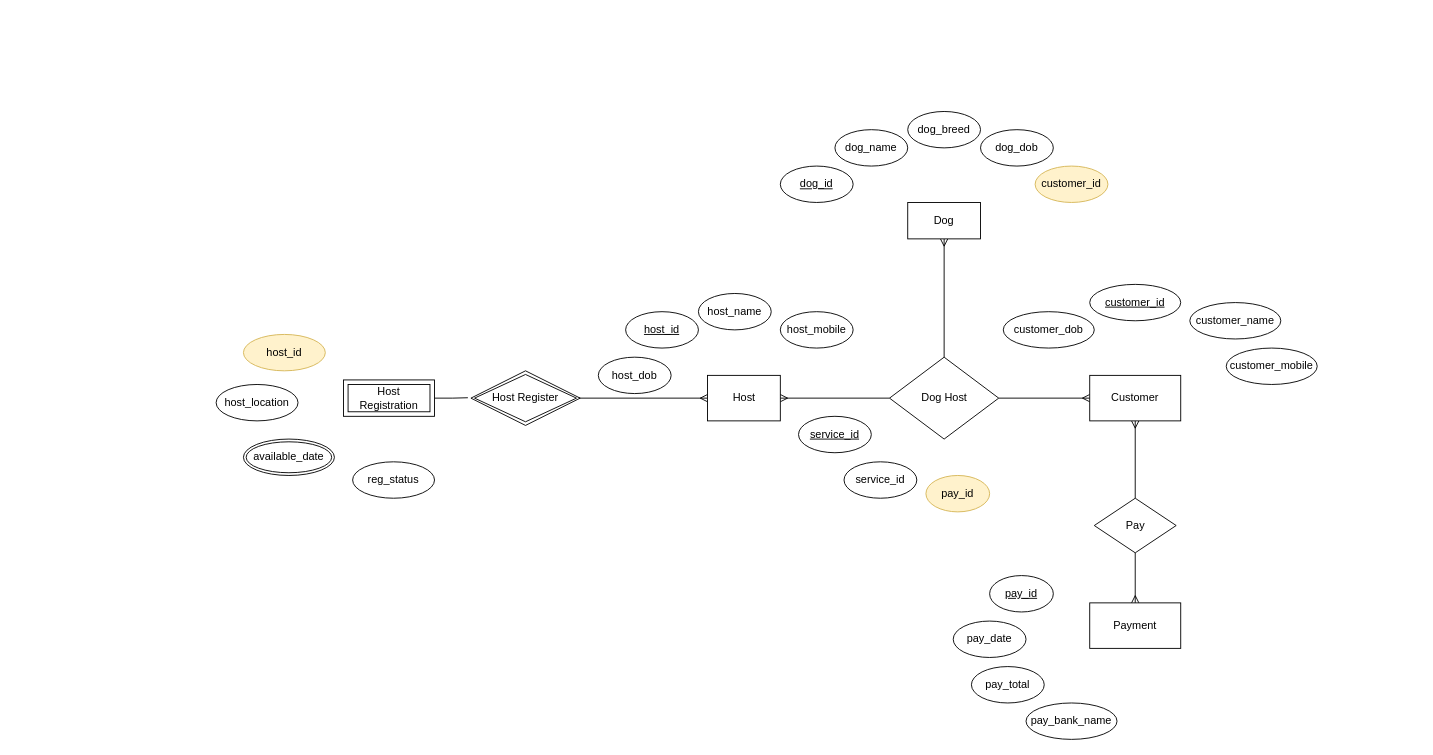
Above: ProjectProcesses/HostDog_6ERD/ERD.drawio in Hostdogs/Project_Hostdog (draw.io), before the change. Source tidied: cells renumbered, new cells numbered last; positions are measured from the earlier drawing's top-left corner, leaving out a move shared by most shapes. Both pictures are drawn from the tidied source at 91%, with x=0, y=0 at pixel (216, 111).
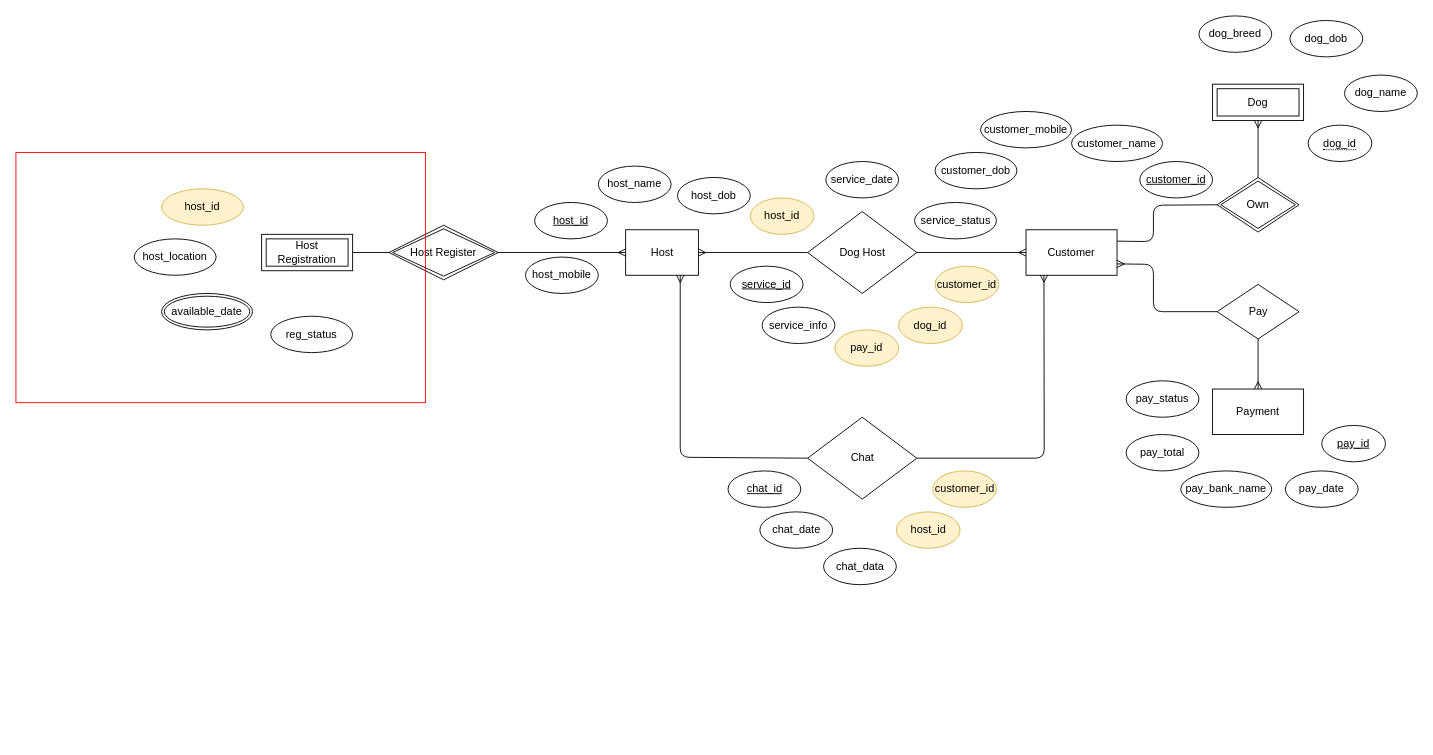
After the change.

The edit, as a diff of the source:
```diff
@@
     <mxCell id="3" style="edgeStyle=orthogonalEdgeStyle;rounded=0;jettySize=auto;html=1;startArrow=ERmany;startFill=0;endArrow=none;endFill=0;entryX=1;entryY=0.5;entryDx=0;entryDy=0;" parent="1" edge="1" source="4" target="25">
       <mxGeometry relative="1" as="geometry">
         <Array as="points">
-          <mxPoint x="390" y="315" />
-          <mxPoint x="390" y="315" />
+          <mxPoint x="300" y="155" />
+          <mxPoint x="300" y="155" />
         </Array>
       </mxGeometry>
     </mxCell>
     <mxCell id="4" value="Host" style="html=1;dashed=0;whitespace=wrap;" parent="1" vertex="1">
-      <mxGeometry x="540" y="290" width="80" height="50" as="geometry" />
+      <mxGeometry x="450" y="130" width="80" height="50" as="geometry" />
     </mxCell>
@@
-    <mxCell id="6" style="edgeStyle=orthogonalEdgeStyle;rounded=0;jettySize=auto;html=1;startArrow=none;startFill=0;endArrow=ERmany;endFill=0;" parent="1" edge="1" source="7" target="12">
-      <mxGeometry relative="1" as="geometry" />
-    </mxCell>
     <mxCell id="7" value="Dog Host" style="shape=rhombus;html=1;dashed=0;whitespace=wrap;perimeter=rhombusPerimeter;" parent="1" vertex="1">
-      <mxGeometry x="740" y="270" width="120" height="90" as="geometry" />
+      <mxGeometry x="650" y="110" width="120" height="90" as="geometry" />
     </mxCell>
-    <mxCell id="8" style="edgeStyle=orthogonalEdgeStyle;rounded=0;jettySize=auto;html=1;entryX=0.5;entryY=0;entryDx=0;entryDy=0;startArrow=ERmany;startFill=0;endArrow=none;endFill=0;strokeColor=#000000;" parent="1" edge="1" source="9" target="34">
-      <mxGeometry relative="1" as="geometry" />
-    </mxCell>
     <mxCell id="9" value="Customer" style="whiteSpace=wrap;html=1;dashed=0;" parent="1" vertex="1">
-      <mxGeometry x="960" y="290" width="100" height="50" as="geometry" />
+      <mxGeometry x="890" y="130" width="100" height="50" as="geometry" />
     </mxCell>
     <mxCell id="10" value="&lt;u&gt;host_id&lt;/u&gt;" style="ellipse;whiteSpace=wrap;html=1;align=center;" parent="1" vertex="1">
-      <mxGeometry x="450" y="220" width="80" height="40" as="geometry" />
+      <mxGeometry x="350" y="100" width="80" height="40" as="geometry" />
     </mxCell>
     <mxCell id="11" value="&lt;u&gt;customer_id&lt;/u&gt;" style="ellipse;whiteSpace=wrap;html=1;align=center;" parent="1" vertex="1">
-      <mxGeometry x="960" y="190" width="100" height="40" as="geometry" />
+      <mxGeometry x="1015" y="55" width="80" height="40" as="geometry" />
     </mxCell>
-    <mxCell id="12" value="Dog" style="whiteSpace=wrap;html=1;dashed=0;" parent="1" vertex="1">
-      <mxGeometry x="760" y="100" width="80" height="40" as="geometry" />
-    </mxCell>
-    <mxCell id="13" value="&lt;u&gt;dog_id&lt;/u&gt;" style="ellipse;whiteSpace=wrap;html=1;align=center;" parent="1" vertex="1">
-      <mxGeometry x="620" y="60" width="80" height="40" as="geometry" />
-    </mxCell>
     <mxCell id="14" value="host_name" style="ellipse;whiteSpace=wrap;html=1;align=center;" parent="1" vertex="1">
-      <mxGeometry x="530" y="200" width="80" height="40" as="geometry" />
+      <mxGeometry x="420" y="60" width="80" height="40" as="geometry" />
     </mxCell>
     <mxCell id="15" value="host_mobile" style="ellipse;whiteSpace=wrap;html=1;align=center;" parent="1" vertex="1">
-      <mxGeometry x="620" y="220" width="80" height="40" as="geometry" />
+      <mxGeometry x="340" y="160" width="80" height="40" as="geometry" />
     </mxCell>
     <mxCell id="16" value="customer_name" style="ellipse;whiteSpace=wrap;html=1;align=center;" parent="1" vertex="1">
-      <mxGeometry x="1070" y="210" width="100" height="40" as="geometry" />
+      <mxGeometry x="940" y="15" width="100" height="40" as="geometry" />
     </mxCell>
     <mxCell id="17" value="customer_mobile" style="ellipse;whiteSpace=wrap;html=1;align=center;" parent="1" vertex="1">
-      <mxGeometry x="1110" y="260" width="100" height="40" as="geometry" />
+      <mxGeometry x="840" width="100" height="40" as="geometry" />
     </mxCell>
     <mxCell id="18" value="customer_dob" style="ellipse;whiteSpace=wrap;html=1;align=center;" parent="1" vertex="1">
-      <mxGeometry x="865" y="220" width="100" height="40" as="geometry" />
+      <mxGeometry x="790" y="45" width="90" height="40" as="geometry" />
     </mxCell>
     <mxCell id="19" value="host_dob" style="ellipse;whiteSpace=wrap;html=1;align=center;" parent="1" vertex="1">
-      <mxGeometry x="420" y="270" width="80" height="40" as="geometry" />
+      <mxGeometry x="507" y="72.5" width="80" height="40" as="geometry" />
     </mxCell>
     <mxCell id="20" value="dog_name" style="ellipse;whiteSpace=wrap;html=1;align=center;" parent="1" vertex="1">
-      <mxGeometry x="680" y="20" width="80" height="40" as="geometry" />
+      <mxGeometry x="1240" y="-40" width="80" height="40" as="geometry" />
     </mxCell>
     <mxCell id="21" value="dog_breed" style="ellipse;whiteSpace=wrap;html=1;align=center;" parent="1" vertex="1">
-      <mxGeometry x="760" width="80" height="40" as="geometry" />
+      <mxGeometry x="1080" y="-105" width="80" height="40" as="geometry" />
     </mxCell>
     <mxCell id="22" value="dog_dob" style="ellipse;whiteSpace=wrap;html=1;align=center;" parent="1" vertex="1">
-      <mxGeometry x="840" y="20" width="80" height="40" as="geometry" />
+      <mxGeometry x="1180" y="-100" width="80" height="40" as="geometry" />
     </mxCell>
-    <mxCell id="23" value="customer_id" style="ellipse;whiteSpace=wrap;html=1;align=center;fillColor=#fff2cc;strokeColor=#d6b656;" parent="1" vertex="1">
-      <mxGeometry x="900" y="60" width="80" height="40" as="geometry" />
-    </mxCell>
     <mxCell id="24" value="host_location" style="ellipse;whiteSpace=wrap;html=1;align=center;" parent="1" vertex="1">
-      <mxGeometry y="300" width="90" height="40" as="geometry" />
+      <mxGeometry x="-90" y="140" width="90" height="40" as="geometry" />
     </mxCell>
     <mxCell id="25" value="Host Register" style="shape=rhombus;double=1;perimeter=rhombusPerimeter;whiteSpace=wrap;html=1;align=center;" parent="1" vertex="1">
-      <mxGeometry x="280" y="285" width="120" height="60" as="geometry" />
+      <mxGeometry x="190" y="125" width="120" height="60" as="geometry" />
     </mxCell>
-    <mxCell id="26" style="edgeStyle=orthogonalEdgeStyle;rounded=0;jettySize=auto;html=1;entryX=-0.028;entryY=0.493;entryDx=0;entryDy=0;entryPerimeter=0;startArrow=none;startFill=0;endArrow=none;endFill=0;strokeColor=#000000;" parent="1" edge="1" source="27" target="25">
+    <mxCell id="26" style="edgeStyle=orthogonalEdgeStyle;rounded=0;jettySize=auto;html=1;entryX=0;entryY=0.5;entryDx=0;entryDy=0;startArrow=none;startFill=0;endArrow=none;endFill=0;strokeColor=#000000;" parent="1" edge="1" source="27" target="25">
       <mxGeometry relative="1" as="geometry" />
     </mxCell>
     <mxCell id="27" value="Host Registration" style="shape=ext;margin=3;double=1;whiteSpace=wrap;html=1;align=center;" parent="1" vertex="1">
-      <mxGeometry x="140" y="295" width="100" height="40" as="geometry" />
+      <mxGeometry x="50" y="135" width="100" height="40" as="geometry" />
     </mxCell>
     <mxCell id="28" value="host_id" style="ellipse;whiteSpace=wrap;html=1;align=center;fillColor=#fff2cc;strokeColor=#d6b656;" parent="1" vertex="1">
-      <mxGeometry x="30" y="245" width="90" height="40" as="geometry" />
+      <mxGeometry x="-60" y="85" width="90" height="40" as="geometry" />
     </mxCell>
     <mxCell id="29" value="available_date" style="ellipse;shape=doubleEllipse;margin=3;whiteSpace=wrap;html=1;align=center;" parent="1" vertex="1">
-      <mxGeometry x="30" y="360" width="100" height="40" as="geometry" />
+      <mxGeometry x="-60" y="200" width="100" height="40" as="geometry" />
     </mxCell>
     <mxCell id="30" value="reg_status" style="ellipse;whiteSpace=wrap;html=1;align=center;" parent="1" vertex="1">
-      <mxGeometry x="150" y="385" width="90" height="40" as="geometry" />
+      <mxGeometry x="60" y="225" width="90" height="40" as="geometry" />
     </mxCell>
     <mxCell id="31" value="&lt;u&gt;service_id&lt;/u&gt;" style="ellipse;whiteSpace=wrap;html=1;align=center;" parent="1" vertex="1">
-      <mxGeometry x="640" y="335" width="80" height="40" as="geometry" />
+      <mxGeometry x="565" y="170" width="80" height="40" as="geometry" />
     </mxCell>
-    <mxCell id="32" value="service_id" style="ellipse;whiteSpace=wrap;html=1;align=center;" parent="1" vertex="1">
-      <mxGeometry x="690" y="385" width="80" height="40" as="geometry" />
+    <mxCell id="32" value="service_info" style="ellipse;whiteSpace=wrap;html=1;align=center;" parent="1" vertex="1">
+      <mxGeometry x="600" y="215" width="80" height="40" as="geometry" />
     </mxCell>
@@
     <mxCell id="34" value="Pay" style="shape=rhombus;html=1;dashed=0;whitespace=wrap;perimeter=rhombusPerimeter;" parent="1" vertex="1">
-      <mxGeometry x="965" y="425" width="90" height="60" as="geometry" />
+      <mxGeometry x="1100" y="190" width="90" height="60" as="geometry" />
     </mxCell>
     <mxCell id="35" value="Payment" style="whiteSpace=wrap;html=1;dashed=0;" parent="1" vertex="1">
-      <mxGeometry x="960" y="540" width="100" height="50" as="geometry" />
+      <mxGeometry x="1095" y="305" width="100" height="50" as="geometry" />
     </mxCell>
     <mxCell id="36" value="&lt;u&gt;pay_id&lt;/u&gt;" style="ellipse;whiteSpace=wrap;html=1;align=center;" parent="1" vertex="1">
-      <mxGeometry x="850" y="510" width="70" height="40" as="geometry" />
+      <mxGeometry x="1215" y="345" width="70" height="40" as="geometry" />
     </mxCell>
     <mxCell id="37" value="pay_date" style="ellipse;whiteSpace=wrap;html=1;align=center;" parent="1" vertex="1">
-      <mxGeometry x="810" y="560" width="80" height="40" as="geometry" />
+      <mxGeometry x="1175" y="395" width="80" height="40" as="geometry" />
     </mxCell>
     <mxCell id="38" value="pay_total" style="ellipse;whiteSpace=wrap;html=1;align=center;" parent="1" vertex="1">
-      <mxGeometry x="830" y="610" width="80" height="40" as="geometry" />
+      <mxGeometry x="1000" y="355" width="80" height="40" as="geometry" />
     </mxCell>
     <mxCell id="39" value="pay_id" style="ellipse;whiteSpace=wrap;html=1;align=center;fillColor=#fff2cc;strokeColor=#d6b656;" parent="1" vertex="1">
-      <mxGeometry x="780" y="400" width="70" height="40" as="geometry" />
+      <mxGeometry x="680" y="240" width="70" height="40" as="geometry" />
     </mxCell>
     <mxCell id="40" value="pay_bank_name" style="ellipse;whiteSpace=wrap;html=1;align=center;" parent="1" vertex="1">
-      <mxGeometry x="890" y="650" width="100" height="40" as="geometry" />
+      <mxGeometry x="1060" y="395" width="100" height="40" as="geometry" />
     </mxCell>
+    <mxCell id="41" style="rounded=0;whiteSpace=wrap;html=1;fillColor=none;strokeColor=#FF0000;" parent="1" vertex="1">
+      <mxGeometry x="-220" y="45" width="450" height="275" as="geometry" />
+    </mxCell>
+    <mxCell id="12" value="Dog" style="shape=ext;margin=3;double=1;whiteSpace=wrap;html=1;align=center;fillColor=none;" parent="1" vertex="1">
+      <mxGeometry x="1095" y="-30" width="100" height="40" as="geometry" />
+    </mxCell>
+    <mxCell id="42" value="dog_id" style="ellipse;whiteSpace=wrap;html=1;align=center;fillColor=#fff2cc;strokeColor=#d6b656;" parent="1" vertex="1">
+      <mxGeometry x="750" y="215" width="70" height="40" as="geometry" />
+    </mxCell>
+    <mxCell id="43" value="customer_id" style="ellipse;whiteSpace=wrap;html=1;align=center;fillColor=#fff2cc;strokeColor=#d6b656;" parent="1" vertex="1">
+      <mxGeometry x="790" y="170" width="70" height="40" as="geometry" />
+    </mxCell>
+    <mxCell id="44" value="host_id" style="ellipse;whiteSpace=wrap;html=1;align=center;fillColor=#fff2cc;strokeColor=#d6b656;" parent="1" vertex="1">
+      <mxGeometry x="587" y="95" width="70" height="40" as="geometry" />
+    </mxCell>
+    <mxCell id="45" style="edgeStyle=orthogonalEdgeStyle;rounded=0;jettySize=auto;html=1;endArrow=ERmany;endFill=0;exitX=0.5;exitY=0;exitDx=0;exitDy=0;entryX=0.5;entryY=1;entryDx=0;entryDy=0;" parent="1" edge="1" source="46" target="12">
+      <mxGeometry relative="1" as="geometry" />
+    </mxCell>
+    <mxCell id="46" value="Own" style="shape=rhombus;double=1;perimeter=rhombusPerimeter;whiteSpace=wrap;html=1;align=center;strokeColor=#000000;fillColor=none;" parent="1" vertex="1">
+      <mxGeometry x="1100" y="72.5" width="90" height="60" as="geometry" />
+    </mxCell>
+    <mxCell id="47" value="&lt;span style=&quot;border-bottom: 1px dotted&quot;&gt;dog_id&lt;/span&gt;" style="ellipse;whiteSpace=wrap;html=1;align=center;strokeColor=#000000;fillColor=none;" parent="1" vertex="1">
+      <mxGeometry x="1200" y="15" width="70" height="40" as="geometry" />
+    </mxCell>
+    <mxCell id="48" style="endArrow=ERmany;html=1;entryX=1;entryY=0.75;entryDx=0;entryDy=0;exitX=0;exitY=0.5;exitDx=0;exitDy=0;startArrow=none;startFill=0;endFill=0;" parent="1" edge="1" source="34" target="9">
+      <mxGeometry relative="1" as="geometry">
+        <Array as="points">
+          <mxPoint x="1030" y="220" />
+          <mxPoint x="1030" y="168" />
+        </Array>
+      </mxGeometry>
+    </mxCell>
+    <mxCell id="49" style="endArrow=none;html=1;exitX=1;exitY=0.25;exitDx=0;exitDy=0;entryX=0;entryY=0.5;entryDx=0;entryDy=0;" parent="1" edge="1" source="9" target="46">
+      <mxGeometry relative="1" as="geometry">
+        <Array as="points">
+          <mxPoint x="1030" y="143" />
+          <mxPoint x="1030" y="103" />
+        </Array>
+      </mxGeometry>
+    </mxCell>
+    <mxCell id="50" value="Chat" style="shape=rhombus;html=1;dashed=0;whitespace=wrap;perimeter=rhombusPerimeter;" parent="1" vertex="1">
+      <mxGeometry x="650" y="336" width="120" height="90" as="geometry" />
+    </mxCell>
+    <mxCell id="51" style="endArrow=none;html=1;exitX=0.75;exitY=1;exitDx=0;exitDy=0;entryX=0;entryY=0.5;entryDx=0;entryDy=0;endFill=0;startArrow=ERmany;startFill=0;" parent="1" edge="1" source="4" target="50">
+      <mxGeometry relative="1" as="geometry">
+        <Array as="points">
+          <mxPoint x="510" y="380" />
+        </Array>
+      </mxGeometry>
+    </mxCell>
+    <mxCell id="52" style="endArrow=ERmany;html=1;exitX=1;exitY=0.5;exitDx=0;exitDy=0;startArrow=none;startFill=0;entryX=0.197;entryY=0.994;entryDx=0;entryDy=0;entryPerimeter=0;endFill=0;" parent="1" edge="1" source="50" target="9">
+      <mxGeometry relative="1" as="geometry">
+        <Array as="points">
+          <mxPoint x="910" y="381" />
+        </Array>
+      </mxGeometry>
+    </mxCell>
+    <mxCell id="53" value="&lt;u&gt;chat_id&lt;/u&gt;" style="ellipse;whiteSpace=wrap;html=1;align=center;" parent="1" vertex="1">
+      <mxGeometry x="562.5" y="395" width="80" height="40" as="geometry" />
+    </mxCell>
+    <mxCell id="54" value="chat_date" style="ellipse;whiteSpace=wrap;html=1;align=center;" parent="1" vertex="1">
+      <mxGeometry x="597.5" y="440" width="80" height="40" as="geometry" />
+    </mxCell>
+    <mxCell id="55" value="customer_id" style="ellipse;whiteSpace=wrap;html=1;align=center;fillColor=#fff2cc;strokeColor=#d6b656;" parent="1" vertex="1">
+      <mxGeometry x="787.5" y="395" width="70" height="40" as="geometry" />
+    </mxCell>
+    <mxCell id="56" value="host_id" style="ellipse;whiteSpace=wrap;html=1;align=center;fillColor=#fff2cc;strokeColor=#d6b656;" parent="1" vertex="1">
+      <mxGeometry x="747.5" y="440" width="70" height="40" as="geometry" />
+    </mxCell>
+    <mxCell id="57" value="service_date" style="ellipse;whiteSpace=wrap;html=1;align=center;" parent="1" vertex="1">
+      <mxGeometry x="670" y="55" width="80" height="40" as="geometry" />
+    </mxCell>
+    <mxCell id="58" value="service_status" style="ellipse;whiteSpace=wrap;html=1;align=center;" parent="1" vertex="1">
+      <mxGeometry x="767.5" y="100" width="90" height="40" as="geometry" />
+    </mxCell>
+    <mxCell id="59" value="chat_data" style="ellipse;whiteSpace=wrap;html=1;align=center;" parent="1" vertex="1">
+      <mxGeometry x="667.5" y="480" width="80" height="40" as="geometry" />
+    </mxCell>
+    <mxCell id="60" value="pay_status" style="ellipse;whiteSpace=wrap;html=1;align=center;" parent="1" vertex="1">
+      <mxGeometry x="1000" y="296" width="80" height="40" as="geometry" />
+    </mxCell>
```
